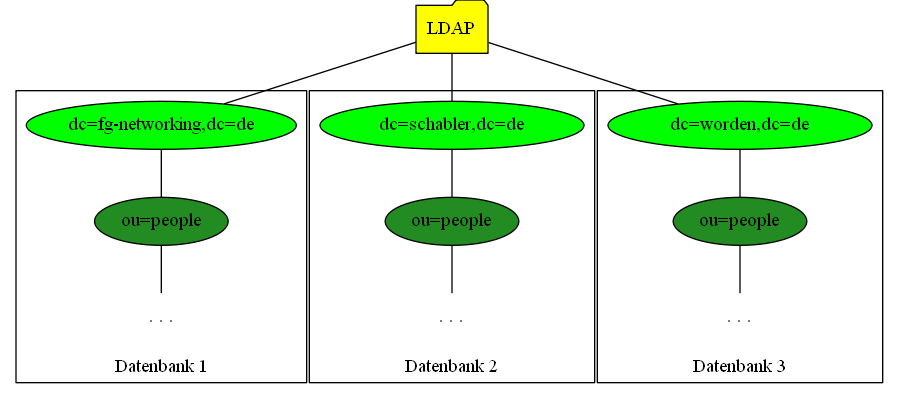
Gabelvampir/ty-stuff keeps this Graphviz diagram as Presentation LDAP-RADIUS/Bilder/LDAP-fgn-planned.png. Above is the earlier version. Its source is kept beside it as Presentation LDAP-RADIUS/Bilder/LDAP-fgn-planned.dot.
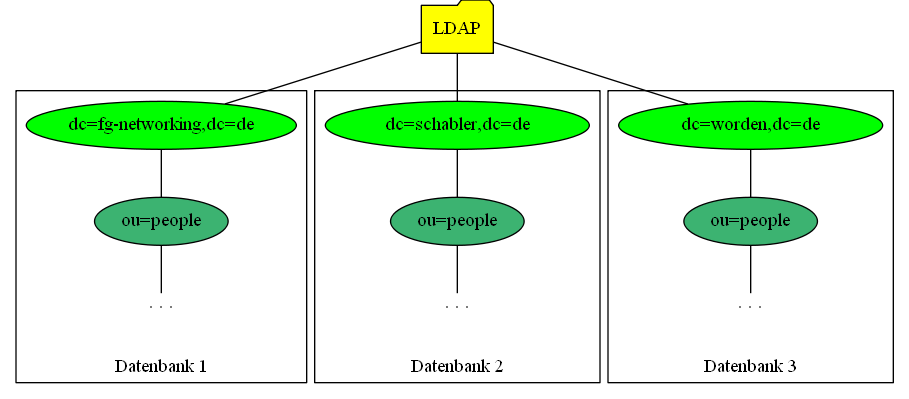
After the change.

Commit message:
played around a bit with the graphviz trees

The edit, as a diff of the source:
```diff
@@ -2,22 +2,22 @@
   compbound=true;
   subgraph cluster_fgn{
   fgn [label="dc=fg-networking,dc=de", style="filled", fillcolor="green", width=2.75];
-  people1 [label="ou=people", style="filled", fillcolor="forestgreen"];
-  fgnpe [label=". . .", shape="plaintext"];
+  people1 [label="ou=people", style="filled", fillcolor="mediumseagreen"];
+  fgnpe [label=". . .", labelloc="t", shape="plaintext"];
   label="Datenbank 1";
   labelloc=b;
 }
   subgraph cluster_schabler{
   schabler [label="dc=schabler,dc=de", style="filled", fillcolor="green", width=2.75];
-  people2 [label="ou=people", style="filled", fillcolor="forestgreen"];
-  schabpe [label=". . .", shape="plaintext"];
+  people2 [label="ou=people", style="filled", fillcolor="mediumseagreen"];
+  schabpe [label=". . .", labelloc="t", shape="plaintext"];
   label="Datenbank 2";
   labelloc=b;
 }
   subgraph cluster_worden{
   worden [label="dc=worden,dc=de", style="filled", fillcolor="green", width=2.75];
-  people3 [label="ou=people", style="filled", fillcolor="forestgreen"];
-  wordpe [label=". . .", shape="plaintext"];
+  people3 [label="ou=people", style="filled", fillcolor="mediumseagreen"];
+  wordpe [label=". . .", labelloc="t", shape="plaintext"];
   label="Datenbank 3";
   labelloc=b;
 }
@@ -28,5 +28,6 @@
   fgn -- people1 -- fgnpe;
   schabler -- people2 -- schabpe;
   worden -- people3 -- wordpe;
-  margin=0;
+  margin=0; //margins around graphic and subgraphs
+  nodesep=0.3; //minimal distance between nodes and subgraphs
   }
```
